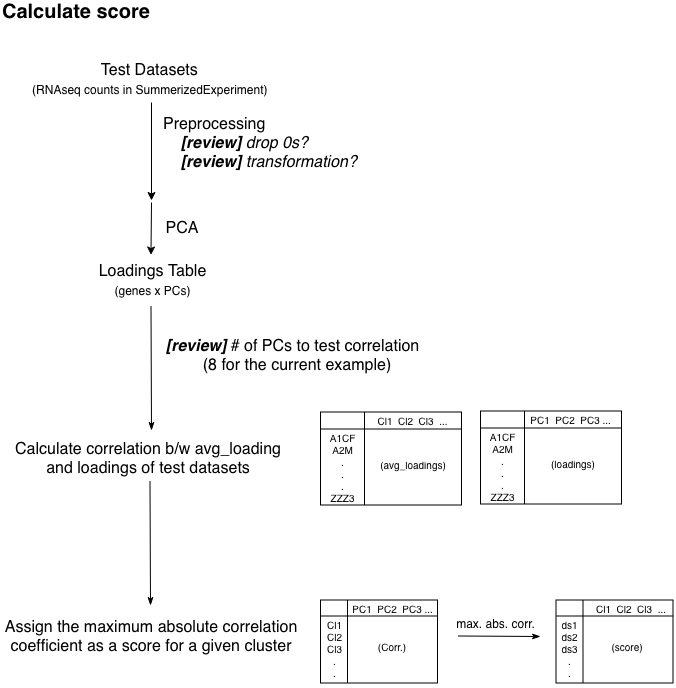
Earlier version of the draw.io export vignettes/GenomicSuperSignature-score.png (seandavi/GenomicSignatures). Source tidied: cells renumbered, new cells last; positions are measured from the earlier drawing's top-left corner, leaving out a move shared by most shapes. Source of this version:
```xml
<mxGraphModel>
  <root>
    <mxCell id="0" />
    <mxCell id="1" parent="0" />
    <mxCell id="2" value="&lt;div style=&quot;text-align: left; font-size: 20px;&quot;&gt;&lt;b style=&quot;font-size: 20px;&quot;&gt;&lt;font style=&quot;font-size: 20px;&quot;&gt;Calculate score&lt;/font&gt;&lt;/b&gt;&lt;/div&gt;" style="text;html=1;strokeColor=none;fillColor=none;align=left;verticalAlign=middle;whiteSpace=wrap;rounded=0;fontSize=20;" parent="1" vertex="1">
      <mxGeometry width="230" height="20" as="geometry" />
    </mxCell>
    <mxCell id="3" value="&lt;span style=&quot;font-size: 16px&quot;&gt;Test Datasets &lt;br&gt;&lt;/span&gt;&lt;font style=&quot;font-size: 12px&quot;&gt;(RNAseq counts in SummerizedExperiment)&amp;nbsp;&lt;/font&gt;" style="text;html=1;strokeColor=none;fillColor=none;align=center;verticalAlign=middle;whiteSpace=wrap;rounded=0;fontSize=16;" parent="1" vertex="1">
      <mxGeometry x="22.5" y="58" width="257" height="40" as="geometry" />
    </mxCell>
    <mxCell id="4" style="endArrow=classic;html=1;fontSize=16;strokeWidth=1;" parent="1" edge="1">
      <mxGeometry relative="1" as="geometry">
        <mxPoint x="151" y="101" as="sourcePoint" />
        <mxPoint x="151" y="199" as="targetPoint" />
      </mxGeometry>
    </mxCell>
    <mxCell id="5" value="&lt;font style=&quot;font-size: 16px&quot;&gt;&lt;span&gt;Preprocessing&lt;/span&gt;&lt;br&gt;&lt;i&gt;&lt;font style=&quot;font-size: 16px&quot;&gt;&lt;b&gt;&amp;nbsp; &amp;nbsp; [review]&lt;/b&gt; drop 0s?&lt;/font&gt;&lt;br&gt;&lt;/i&gt;&lt;font style=&quot;font-size: 16px&quot;&gt;&lt;i&gt;&lt;b&gt;&amp;nbsp; &amp;nbsp; [review]&lt;/b&gt; transformation?&lt;/i&gt;&lt;/font&gt;&lt;br&gt;&lt;/font&gt;" style="text;html=1;strokeColor=none;fillColor=none;align=left;verticalAlign=middle;whiteSpace=wrap;rounded=0;fontSize=14;" parent="1" vertex="1">
      <mxGeometry x="161" y="113" width="210" height="57" as="geometry" />
    </mxCell>
    <mxCell id="6" value="Loadings Table&lt;br&gt;&lt;font style=&quot;font-size: 12px&quot;&gt;(genes x PCs)&lt;/font&gt;&lt;br&gt;" style="text;html=1;strokeColor=none;fillColor=none;align=center;verticalAlign=middle;whiteSpace=wrap;rounded=0;fontSize=16;" parent="1" vertex="1">
      <mxGeometry x="81.5" y="259" width="139" height="40" as="geometry" />
    </mxCell>
    <mxCell id="7" value="&lt;font style=&quot;font-size: 16px&quot;&gt;&lt;b&gt;&lt;i&gt;[review] &lt;/i&gt;&lt;/b&gt;# of PCs to test correlation&amp;nbsp;&amp;nbsp;&lt;br&gt;(8 for the current example)&lt;br&gt;&lt;/font&gt;" style="text;html=1;strokeColor=none;fillColor=none;align=center;verticalAlign=middle;whiteSpace=wrap;rounded=0;fontSize=14;" parent="1" vertex="1">
      <mxGeometry x="156" y="334" width="280" height="40" as="geometry" />
    </mxCell>
    <mxCell id="8" style="group;" parent="1" vertex="1">
      <mxGeometry y="445" width="160" height="93" as="geometry" />
    </mxCell>
    <mxCell id="9" style="endArrow=classic;html=1;fontSize=16;strokeWidth=1;" parent="1" edge="1">
      <mxGeometry relative="1" as="geometry">
        <mxPoint x="151" y="201" as="sourcePoint" />
        <mxPoint x="150.5" y="253.5" as="targetPoint" />
      </mxGeometry>
    </mxCell>
    <mxCell id="10" value="&lt;font style=&quot;font-size: 16px&quot;&gt;PCA&lt;/font&gt;" style="text;html=1;strokeColor=none;fillColor=none;align=center;verticalAlign=middle;whiteSpace=wrap;rounded=0;fontSize=14;" parent="1" vertex="1">
      <mxGeometry x="161" y="216" width="40" height="20" as="geometry" />
    </mxCell>
    <mxCell id="11" style="endArrow=classicThin;html=1;fontSize=16;endFill=1;" parent="1" edge="1">
      <mxGeometry relative="1" as="geometry">
        <mxPoint x="150.5" y="304.5" as="sourcePoint" />
        <mxPoint x="151" y="429" as="targetPoint" />
      </mxGeometry>
    </mxCell>
    <mxCell id="12" value="Calculate correlation b/w avg_loading and loadings of test datasets&lt;br&gt;" style="text;html=1;strokeColor=none;fillColor=none;align=center;verticalAlign=middle;whiteSpace=wrap;rounded=0;fontSize=16;" parent="1" vertex="1">
      <mxGeometry y="434.5" width="296" height="45" as="geometry" />
    </mxCell>
    <mxCell id="13" style="group;" parent="1" vertex="1">
      <mxGeometry x="480" y="409.5" width="160" height="93" as="geometry" />
    </mxCell>
    <mxCell id="14" style="shape=internalStorage;whiteSpace=wrap;html=1;backgroundOutline=1;fontSize=16;align=left;dx=44;dy=17;" parent="13" vertex="1">
      <mxGeometry width="141" height="93" as="geometry" />
    </mxCell>
    <mxCell id="15" value="A1CF&lt;br&gt;A2M&lt;br&gt;.&lt;br&gt;.&lt;br&gt;.&lt;br&gt;ZZZ3&lt;br style=&quot;font-size: 10px&quot;&gt;" style="text;html=1;strokeColor=none;fillColor=none;align=center;verticalAlign=middle;whiteSpace=wrap;rounded=0;fontSize=10;rotation=0;" parent="13" vertex="1">
      <mxGeometry x="2" y="15" width="39" height="80" as="geometry" />
    </mxCell>
    <mxCell id="16" value="PC1&amp;nbsp; PC2&amp;nbsp; PC3 ...&amp;nbsp;" style="text;html=1;strokeColor=none;fillColor=none;align=center;verticalAlign=middle;whiteSpace=wrap;rounded=0;fontSize=10;rotation=0;" parent="13" vertex="1">
      <mxGeometry x="47" y="-2" width="90" height="20" as="geometry" />
    </mxCell>
    <mxCell id="17" value="(loadings)" style="text;html=1;strokeColor=none;fillColor=none;align=center;verticalAlign=middle;whiteSpace=wrap;rounded=0;fontSize=10;rotation=0;" parent="13" vertex="1">
      <mxGeometry x="48" y="42" width="90" height="20" as="geometry" />
    </mxCell>
    <mxCell id="18" style="group;" parent="1" vertex="1">
      <mxGeometry x="320" y="408.5" width="145" height="97" as="geometry" />
    </mxCell>
    <mxCell id="19" style="shape=internalStorage;whiteSpace=wrap;html=1;backgroundOutline=1;fontSize=16;align=left;dx=44;dy=17;" parent="18" vertex="1">
      <mxGeometry y="2" width="141" height="93" as="geometry" />
    </mxCell>
    <mxCell id="20" value="A1CF&lt;br&gt;A2M&lt;br&gt;.&lt;br&gt;.&lt;br&gt;.&lt;br&gt;ZZZ3&lt;br style=&quot;font-size: 10px&quot;&gt;" style="text;html=1;strokeColor=none;fillColor=none;align=center;verticalAlign=middle;whiteSpace=wrap;rounded=0;fontSize=10;rotation=0;" parent="18" vertex="1">
      <mxGeometry x="2" y="17" width="39" height="80" as="geometry" />
    </mxCell>
    <mxCell id="21" value="Cl1&amp;nbsp; Cl2&amp;nbsp; Cl3&amp;nbsp; ..." style="text;html=1;strokeColor=none;fillColor=none;align=center;verticalAlign=middle;whiteSpace=wrap;rounded=0;fontSize=10;rotation=0;" parent="18" vertex="1">
      <mxGeometry x="40" width="105" height="20" as="geometry" />
    </mxCell>
    <mxCell id="22" value="(avg_loadings)" style="text;html=1;strokeColor=none;fillColor=none;align=center;verticalAlign=middle;whiteSpace=wrap;rounded=0;fontSize=10;rotation=0;" parent="18" vertex="1">
      <mxGeometry x="48" y="44" width="90" height="20" as="geometry" />
    </mxCell>
    <mxCell id="23" style="group;" parent="1" vertex="1">
      <mxGeometry x="314" y="596.5" width="125" height="90" as="geometry" />
    </mxCell>
    <mxCell id="24" style="shape=internalStorage;whiteSpace=wrap;html=1;backgroundOutline=1;fontSize=16;align=left;dx=27;dy=16;" parent="23" vertex="1">
      <mxGeometry x="6" y="2" width="117" height="83" as="geometry" />
    </mxCell>
    <mxCell id="25" value="Cl1&lt;br&gt;Cl2&lt;br&gt;Cl3&lt;br&gt;.&lt;br&gt;.&lt;br style=&quot;font-size: 10px&quot;&gt;" style="text;html=1;strokeColor=none;fillColor=none;align=center;verticalAlign=middle;whiteSpace=wrap;rounded=0;fontSize=10;rotation=0;" parent="23" vertex="1">
      <mxGeometry y="10" width="39" height="80" as="geometry" />
    </mxCell>
    <mxCell id="26" value="PC1&amp;nbsp; PC2&amp;nbsp; PC3 ...&amp;nbsp;" style="text;html=1;strokeColor=none;fillColor=none;align=center;verticalAlign=middle;whiteSpace=wrap;rounded=0;fontSize=10;rotation=0;" parent="23" vertex="1">
      <mxGeometry x="35" width="90" height="20" as="geometry" />
    </mxCell>
    <mxCell id="27" value="(Corr.)" style="text;html=1;strokeColor=none;fillColor=none;align=center;verticalAlign=middle;whiteSpace=wrap;rounded=0;fontSize=10;rotation=0;" parent="23" vertex="1">
      <mxGeometry x="47" y="38" width="60" height="20" as="geometry" />
    </mxCell>
    <mxCell id="28" style="endArrow=classicThin;html=1;fontSize=16;endFill=1;" parent="1" edge="1">
      <mxGeometry relative="1" as="geometry">
        <mxPoint x="149.5" y="479.5" as="sourcePoint" />
        <mxPoint x="150" y="604" as="targetPoint" />
      </mxGeometry>
    </mxCell>
    <mxCell id="29" value="Assign the maximum absolute correlation coefficient as a score for a given cluster&lt;br&gt;" style="text;html=1;strokeColor=none;fillColor=none;align=center;verticalAlign=middle;whiteSpace=wrap;rounded=0;fontSize=16;" parent="1" vertex="1">
      <mxGeometry x="3" y="612" width="296" height="45" as="geometry" />
    </mxCell>
    <mxCell id="30" style="endArrow=classicThin;html=1;fontSize=16;endFill=1;" parent="1" edge="1">
      <mxGeometry relative="1" as="geometry">
        <mxPoint x="457.5" y="634.5" as="sourcePoint" />
        <mxPoint x="540" y="635" as="targetPoint" />
      </mxGeometry>
    </mxCell>
    <mxCell id="31" style="group;" parent="1" vertex="1">
      <mxGeometry x="549.5" y="596.5" width="125" height="90" as="geometry" />
    </mxCell>
    <mxCell id="32" style="shape=internalStorage;whiteSpace=wrap;html=1;backgroundOutline=1;fontSize=16;align=left;dx=27;dy=16;" parent="31" vertex="1">
      <mxGeometry x="6" y="2" width="117" height="83" as="geometry" />
    </mxCell>
    <mxCell id="33" value="ds1&lt;br&gt;ds2&lt;br&gt;ds3&lt;br&gt;.&lt;br&gt;.&lt;br style=&quot;font-size: 10px&quot;&gt;" style="text;html=1;strokeColor=none;fillColor=none;align=center;verticalAlign=middle;whiteSpace=wrap;rounded=0;fontSize=10;rotation=0;" parent="31" vertex="1">
      <mxGeometry y="10" width="39" height="80" as="geometry" />
    </mxCell>
    <mxCell id="34" value="Cl1&amp;nbsp; Cl2&amp;nbsp; Cl3&amp;nbsp; ..." style="text;html=1;strokeColor=none;fillColor=none;align=center;verticalAlign=middle;whiteSpace=wrap;rounded=0;fontSize=10;rotation=0;" parent="31" vertex="1">
      <mxGeometry x="35" width="90" height="20" as="geometry" />
    </mxCell>
    <mxCell id="35" value="(score)" style="text;html=1;strokeColor=none;fillColor=none;align=center;verticalAlign=middle;whiteSpace=wrap;rounded=0;fontSize=10;rotation=0;" parent="31" vertex="1">
      <mxGeometry x="47" y="38" width="60" height="20" as="geometry" />
    </mxCell>
    <mxCell id="36" value="&lt;font style=&quot;font-size: 12px&quot;&gt;max. abs. corr.&lt;/font&gt;&lt;br&gt;" style="text;html=1;strokeColor=none;fillColor=none;align=center;verticalAlign=middle;whiteSpace=wrap;rounded=0;fontSize=16;" parent="1" vertex="1">
      <mxGeometry x="449.5" y="611" width="91" height="21" as="geometry" />
    </mxCell>
  </root>
</mxGraphModel>
```
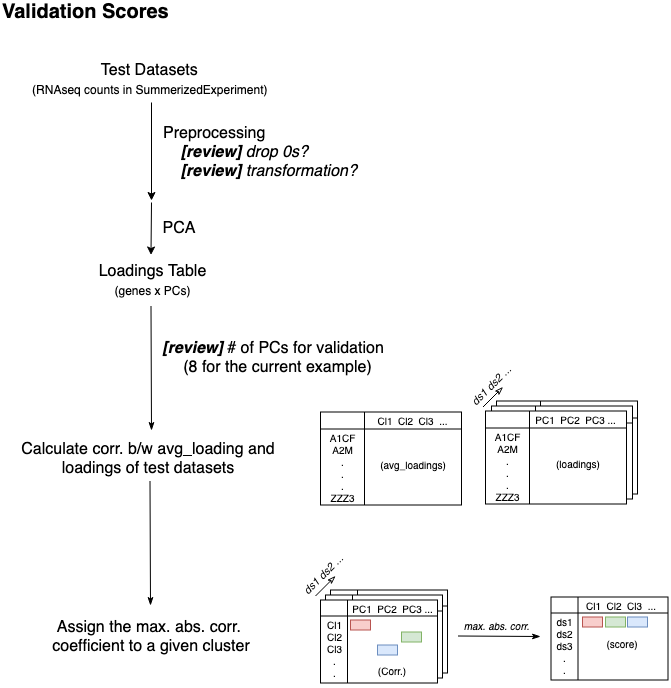
After the commit.

The edit, as a diff of the source:
```diff
@@ -2,7 +2,25 @@
   <root>
     <mxCell id="0" />
     <mxCell id="1" parent="0" />
+    <mxCell id="37" style="shape=internalStorage;whiteSpace=wrap;html=1;backgroundOutline=1;fontSize=16;align=left;dx=44;dy=17;" parent="1" vertex="1">
+      <mxGeometry x="496" y="399.5" width="141" height="93" as="geometry" />
+    </mxCell>
+    <mxCell id="38" style="shape=internalStorage;whiteSpace=wrap;html=1;backgroundOutline=1;fontSize=16;align=left;dx=44;dy=17;" parent="1" vertex="1">
+      <mxGeometry x="491" y="404.5" width="141" height="93" as="geometry" />
+    </mxCell>
+    <mxCell id="39" style="group;" parent="1" vertex="1">
+      <mxGeometry x="324" y="586.5" width="125" height="90" as="geometry" />
+    </mxCell>
+    <mxCell id="40" style="shape=internalStorage;whiteSpace=wrap;html=1;backgroundOutline=1;fontSize=16;align=left;dx=27;dy=16;" parent="39" vertex="1">
+      <mxGeometry x="6" y="2" width="117" height="83" as="geometry" />
+    </mxCell>
+    <mxCell id="41" style="group;" parent="1" vertex="1">
+      <mxGeometry x="319" y="591.5" width="125" height="90" as="geometry" />
+    </mxCell>
+    <mxCell id="42" style="shape=internalStorage;whiteSpace=wrap;html=1;backgroundOutline=1;fontSize=16;align=left;dx=27;dy=16;" parent="41" vertex="1">
+      <mxGeometry x="6" y="2" width="117" height="83" as="geometry" />
+    </mxCell>
-    <mxCell id="2" value="&lt;div style=&quot;text-align: left; font-size: 20px;&quot;&gt;&lt;b style=&quot;font-size: 20px;&quot;&gt;&lt;font style=&quot;font-size: 20px;&quot;&gt;Calculate score&lt;/font&gt;&lt;/b&gt;&lt;/div&gt;" style="text;html=1;strokeColor=none;fillColor=none;align=left;verticalAlign=middle;whiteSpace=wrap;rounded=0;fontSize=20;" parent="1" vertex="1">
+    <mxCell id="2" value="&lt;div style=&quot;text-align: left ; font-size: 20px&quot;&gt;&lt;b style=&quot;font-size: 20px&quot;&gt;&lt;font style=&quot;font-size: 20px&quot;&gt;Validation Scores&lt;/font&gt;&lt;/b&gt;&lt;/div&gt;" style="text;html=1;strokeColor=none;fillColor=none;align=left;verticalAlign=middle;whiteSpace=wrap;rounded=0;fontSize=20;" parent="1" vertex="1">
       <mxGeometry width="230" height="20" as="geometry" />
     </mxCell>
     <mxCell id="3" value="&lt;span style=&quot;font-size: 16px&quot;&gt;Test Datasets &lt;br&gt;&lt;/span&gt;&lt;font style=&quot;font-size: 12px&quot;&gt;(RNAseq counts in SummerizedExperiment)&amp;nbsp;&lt;/font&gt;" style="text;html=1;strokeColor=none;fillColor=none;align=center;verticalAlign=middle;whiteSpace=wrap;rounded=0;fontSize=16;" parent="1" vertex="1">
@@ -15,13 +33,13 @@
       </mxGeometry>
     </mxCell>
     <mxCell id="5" value="&lt;font style=&quot;font-size: 16px&quot;&gt;&lt;span&gt;Preprocessing&lt;/span&gt;&lt;br&gt;&lt;i&gt;&lt;font style=&quot;font-size: 16px&quot;&gt;&lt;b&gt;&amp;nbsp; &amp;nbsp; [review]&lt;/b&gt; drop 0s?&lt;/font&gt;&lt;br&gt;&lt;/i&gt;&lt;font style=&quot;font-size: 16px&quot;&gt;&lt;i&gt;&lt;b&gt;&amp;nbsp; &amp;nbsp; [review]&lt;/b&gt; transformation?&lt;/i&gt;&lt;/font&gt;&lt;br&gt;&lt;/font&gt;" style="text;html=1;strokeColor=none;fillColor=none;align=left;verticalAlign=middle;whiteSpace=wrap;rounded=0;fontSize=14;" parent="1" vertex="1">
-      <mxGeometry x="161" y="113" width="210" height="57" as="geometry" />
+      <mxGeometry x="161" y="122" width="210" height="57" as="geometry" />
     </mxCell>
     <mxCell id="6" value="Loadings Table&lt;br&gt;&lt;font style=&quot;font-size: 12px&quot;&gt;(genes x PCs)&lt;/font&gt;&lt;br&gt;" style="text;html=1;strokeColor=none;fillColor=none;align=center;verticalAlign=middle;whiteSpace=wrap;rounded=0;fontSize=16;" parent="1" vertex="1">
       <mxGeometry x="81.5" y="259" width="139" height="40" as="geometry" />
     </mxCell>
-    <mxCell id="7" value="&lt;font style=&quot;font-size: 16px&quot;&gt;&lt;b&gt;&lt;i&gt;[review] &lt;/i&gt;&lt;/b&gt;# of PCs to test correlation&amp;nbsp;&amp;nbsp;&lt;br&gt;(8 for the current example)&lt;br&gt;&lt;/font&gt;" style="text;html=1;strokeColor=none;fillColor=none;align=center;verticalAlign=middle;whiteSpace=wrap;rounded=0;fontSize=14;" parent="1" vertex="1">
-      <mxGeometry x="156" y="334" width="280" height="40" as="geometry" />
+    <mxCell id="7" value="&lt;font style=&quot;font-size: 16px&quot;&gt;&lt;b&gt;&lt;i&gt;[review] &lt;/i&gt;&lt;/b&gt;# of PCs for validation&amp;nbsp;&amp;nbsp;&lt;br&gt;(8 for the current example)&lt;br&gt;&lt;/font&gt;" style="text;html=1;strokeColor=none;fillColor=none;align=center;verticalAlign=middle;whiteSpace=wrap;rounded=0;fontSize=14;" parent="1" vertex="1">
+      <mxGeometry x="155" y="336" width="245" height="40" as="geometry" />
     </mxCell>
     <mxCell id="8" style="group;" parent="1" vertex="1">
       <mxGeometry y="445" width="160" height="93" as="geometry" />
@@ -33,7 +51,7 @@
       </mxGeometry>
     </mxCell>
     <mxCell id="10" value="&lt;font style=&quot;font-size: 16px&quot;&gt;PCA&lt;/font&gt;" style="text;html=1;strokeColor=none;fillColor=none;align=center;verticalAlign=middle;whiteSpace=wrap;rounded=0;fontSize=14;" parent="1" vertex="1">
-      <mxGeometry x="161" y="216" width="40" height="20" as="geometry" />
+      <mxGeometry x="158" y="216" width="40" height="20" as="geometry" />
     </mxCell>
     <mxCell id="11" style="endArrow=classicThin;html=1;fontSize=16;endFill=1;" parent="1" edge="1">
       <mxGeometry relative="1" as="geometry">
@@ -41,11 +59,11 @@
         <mxPoint x="151" y="429" as="targetPoint" />
       </mxGeometry>
     </mxCell>
-    <mxCell id="12" value="Calculate correlation b/w avg_loading and loadings of test datasets&lt;br&gt;" style="text;html=1;strokeColor=none;fillColor=none;align=center;verticalAlign=middle;whiteSpace=wrap;rounded=0;fontSize=16;" parent="1" vertex="1">
+    <mxCell id="12" value="Calculate corr. b/w avg_loading and loadings of test datasets&lt;br&gt;" style="text;html=1;strokeColor=none;fillColor=none;align=center;verticalAlign=middle;whiteSpace=wrap;rounded=0;fontSize=16;" parent="1" vertex="1">
       <mxGeometry y="434.5" width="296" height="45" as="geometry" />
     </mxCell>
     <mxCell id="13" style="group;" parent="1" vertex="1">
-      <mxGeometry x="480" y="409.5" width="160" height="93" as="geometry" />
+      <mxGeometry x="485" y="409.5" width="160" height="93" as="geometry" />
     </mxCell>
     <mxCell id="14" style="shape=internalStorage;whiteSpace=wrap;html=1;backgroundOutline=1;fontSize=16;align=left;dx=44;dy=17;" parent="13" vertex="1">
       <mxGeometry width="141" height="93" as="geometry" />
@@ -87,15 +105,18 @@
       <mxGeometry x="35" width="90" height="20" as="geometry" />
     </mxCell>
     <mxCell id="27" value="(Corr.)" style="text;html=1;strokeColor=none;fillColor=none;align=center;verticalAlign=middle;whiteSpace=wrap;rounded=0;fontSize=10;rotation=0;" parent="23" vertex="1">
-      <mxGeometry x="47" y="38" width="60" height="20" as="geometry" />
+      <mxGeometry x="47" y="62" width="60" height="20" as="geometry" />
     </mxCell>
+    <mxCell id="43" style="rounded=0;whiteSpace=wrap;html=1;fontSize=11;fillColor=#f8cecc;strokeColor=#b85450;" parent="23" vertex="1">
+      <mxGeometry x="36" y="22" width="20" height="10" as="geometry" />
+    </mxCell>
     <mxCell id="28" style="endArrow=classicThin;html=1;fontSize=16;endFill=1;" parent="1" edge="1">
       <mxGeometry relative="1" as="geometry">
         <mxPoint x="149.5" y="479.5" as="sourcePoint" />
         <mxPoint x="150" y="604" as="targetPoint" />
       </mxGeometry>
     </mxCell>
-    <mxCell id="29" value="Assign the maximum absolute correlation coefficient as a score for a given cluster&lt;br&gt;" style="text;html=1;strokeColor=none;fillColor=none;align=center;verticalAlign=middle;whiteSpace=wrap;rounded=0;fontSize=16;" parent="1" vertex="1">
+    <mxCell id="29" value="Assign the max. abs. corr. &lt;br&gt;coefficient to a given cluster&lt;br&gt;" style="text;html=1;strokeColor=none;fillColor=none;align=center;verticalAlign=middle;whiteSpace=wrap;rounded=0;fontSize=16;" parent="1" vertex="1">
       <mxGeometry x="3" y="612" width="296" height="45" as="geometry" />
     </mxCell>
     <mxCell id="30" style="endArrow=classicThin;html=1;fontSize=16;endFill=1;" parent="1" edge="1">
@@ -104,8 +125,38 @@
         <mxPoint x="540" y="635" as="targetPoint" />
       </mxGeometry>
     </mxCell>
+    <mxCell id="36" value="&lt;font style=&quot;font-size: 10px&quot;&gt;&lt;i&gt;max. abs. corr.&lt;/i&gt;&lt;/font&gt;&lt;br style=&quot;font-size: 11px&quot;&gt;" style="text;html=1;strokeColor=none;fillColor=none;align=center;verticalAlign=middle;whiteSpace=wrap;rounded=0;fontSize=11;" parent="1" vertex="1">
+      <mxGeometry x="449.5" y="614" width="91" height="21" as="geometry" />
+    </mxCell>
+    <mxCell id="44" style="endArrow=classicThin;html=1;fontSize=13;endFill=0;" parent="1" edge="1">
+      <mxGeometry relative="1" as="geometry">
+        <mxPoint x="315" y="594.5" as="sourcePoint" />
+        <mxPoint x="335" y="574.5" as="targetPoint" />
+      </mxGeometry>
+    </mxCell>
+    <mxCell id="45" value="ds1 ds2 ..." style="text;html=1;strokeColor=none;fillColor=none;align=center;verticalAlign=middle;whiteSpace=wrap;rounded=0;fontSize=11;rotation=-45;fontStyle=2;" parent="1" vertex="1">
+      <mxGeometry x="288" y="563" width="68" height="20" as="geometry" />
+    </mxCell>
+    <mxCell id="46" style="endArrow=classicThin;html=1;fontSize=13;endFill=0;" parent="1" edge="1">
+      <mxGeometry relative="1" as="geometry">
+        <mxPoint x="482.5" y="405.5" as="sourcePoint" />
+        <mxPoint x="502.5" y="385.5" as="targetPoint" />
+      </mxGeometry>
+    </mxCell>
+    <mxCell id="47" value="ds1 ds2 ..." style="text;html=1;strokeColor=none;fillColor=none;align=center;verticalAlign=middle;whiteSpace=wrap;rounded=0;fontSize=11;rotation=-45;fontStyle=2;" parent="1" vertex="1">
+      <mxGeometry x="455.5" y="374" width="68" height="20" as="geometry" />
+    </mxCell>
+    <mxCell id="48" style="rounded=0;whiteSpace=wrap;html=1;fontSize=11;fillColor=#d5e8d4;strokeColor=#82b366;" parent="1" vertex="1">
+      <mxGeometry x="401" y="630.5" width="20" height="10" as="geometry" />
+    </mxCell>
+    <mxCell id="49" style="rounded=0;whiteSpace=wrap;html=1;fontSize=11;fillColor=#dae8fc;strokeColor=#6c8ebf;" parent="1" vertex="1">
+      <mxGeometry x="377" y="643.5" width="20" height="10" as="geometry" />
+    </mxCell>
+    <mxCell id="50" style="group;" parent="1" vertex="1">
+      <mxGeometry x="544.5" y="593.5" width="125" height="90" as="geometry" />
+    </mxCell>
-    <mxCell id="31" style="group;" parent="1" vertex="1">
-      <mxGeometry x="549.5" y="596.5" width="125" height="90" as="geometry" />
+    <mxCell id="31" style="group;" parent="50" vertex="1">
+      <mxGeometry width="125" height="90" as="geometry" />
     </mxCell>
     <mxCell id="32" style="shape=internalStorage;whiteSpace=wrap;html=1;backgroundOutline=1;fontSize=16;align=left;dx=27;dy=16;" parent="31" vertex="1">
       <mxGeometry x="6" y="2" width="117" height="83" as="geometry" />
@@ -114,13 +165,19 @@
       <mxGeometry y="10" width="39" height="80" as="geometry" />
     </mxCell>
     <mxCell id="34" value="Cl1&amp;nbsp; Cl2&amp;nbsp; Cl3&amp;nbsp; ..." style="text;html=1;strokeColor=none;fillColor=none;align=center;verticalAlign=middle;whiteSpace=wrap;rounded=0;fontSize=10;rotation=0;" parent="31" vertex="1">
-      <mxGeometry x="35" width="90" height="20" as="geometry" />
+      <mxGeometry x="30" width="90" height="20" as="geometry" />
     </mxCell>
     <mxCell id="35" value="(score)" style="text;html=1;strokeColor=none;fillColor=none;align=center;verticalAlign=middle;whiteSpace=wrap;rounded=0;fontSize=10;rotation=0;" parent="31" vertex="1">
       <mxGeometry x="47" y="38" width="60" height="20" as="geometry" />
     </mxCell>
-    <mxCell id="36" value="&lt;font style=&quot;font-size: 12px&quot;&gt;max. abs. corr.&lt;/font&gt;&lt;br&gt;" style="text;html=1;strokeColor=none;fillColor=none;align=center;verticalAlign=middle;whiteSpace=wrap;rounded=0;fontSize=16;" parent="1" vertex="1">
-      <mxGeometry x="449.5" y="611" width="91" height="21" as="geometry" />
-    </mxCell>
+    <mxCell id="51" style="rounded=0;whiteSpace=wrap;html=1;fontSize=11;fillColor=#f8cecc;strokeColor=#b85450;" parent="31" vertex="1">
+      <mxGeometry x="37.5" y="22" width="20" height="10" as="geometry" />
+    </mxCell>
+    <mxCell id="52" style="rounded=0;whiteSpace=wrap;html=1;fontSize=11;fillColor=#d5e8d4;strokeColor=#82b366;" parent="50" vertex="1">
+      <mxGeometry x="60.5" y="22" width="20" height="10" as="geometry" />
+    </mxCell>
+    <mxCell id="53" style="rounded=0;whiteSpace=wrap;html=1;fontSize=11;fillColor=#dae8fc;strokeColor=#6c8ebf;" parent="50" vertex="1">
+      <mxGeometry x="82.5" y="22" width="20" height="10" as="geometry" />
+    </mxCell>
   </root>
 </mxGraphModel>
```
